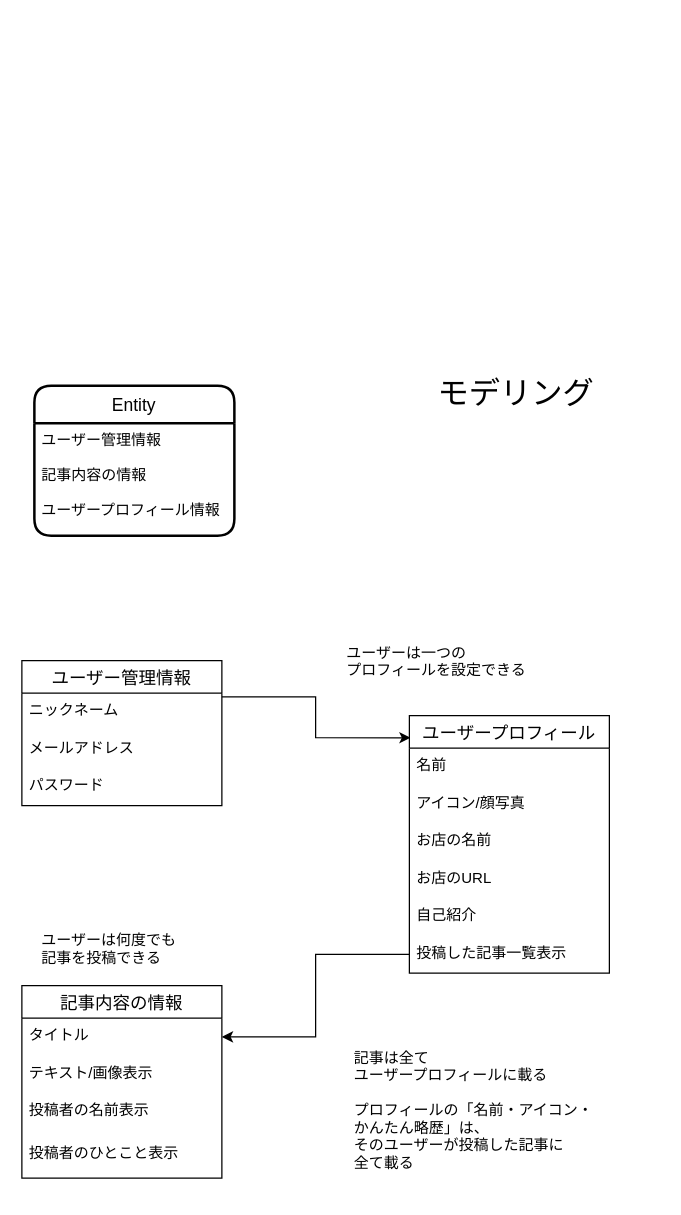
Above: youme_Modeling.dio in yait-ucess/YouMe (draw.io), before the change. Source tidied: cells renumbered, new cells numbered last; positions are measured from the earlier drawing's top-left corner, leaving out a move shared by most shapes. Both pictures are drawn from the tidied source at 125%, with x=0, y=0 at pixel (21, 372).
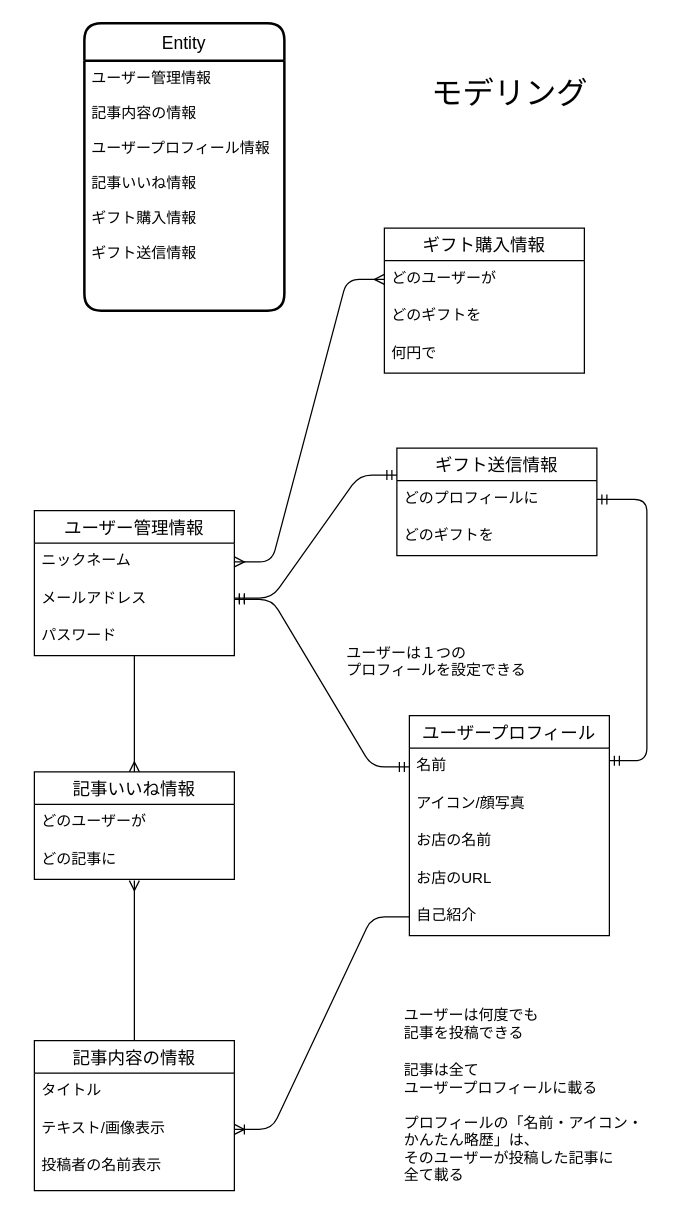
After the change.

The change refers to these unchanged cells:
```xml
<mxCell id="6" value="ニックネーム&#10;" style="text;strokeColor=none;fillColor=none;spacingLeft=4;spacingRight=4;overflow=hidden;points=[[0,0.5],[1,0.5]];portConstraint=eastwest;fontSize=12;" parent="5" vertex="1">
  <mxGeometry y="26" width="160" height="30" as="geometry" />
</mxCell>
<mxCell id="7" value="メールアドレス" style="text;strokeColor=none;fillColor=none;spacingLeft=4;spacingRight=4;overflow=hidden;points=[[0,0.5],[1,0.5]];portConstraint=eastwest;fontSize=12;" parent="5" vertex="1">
  <mxGeometry y="56" width="160" height="30" as="geometry" />
</mxCell>
<mxCell id="10" value="タイトル&#10;&#10;&#10;" style="text;strokeColor=none;fillColor=none;spacingLeft=4;spacingRight=4;overflow=hidden;points=[[0,0.5],[1,0.5]];portConstraint=eastwest;fontSize=12;" parent="9" vertex="1">
  <mxGeometry y="26" width="160" height="30" as="geometry" />
</mxCell>
<mxCell id="11" value="テキスト/画像表示" style="text;strokeColor=none;fillColor=none;spacingLeft=4;spacingRight=4;overflow=hidden;points=[[0,0.5],[1,0.5]];portConstraint=eastwest;fontSize=12;" parent="9" vertex="1">
  <mxGeometry y="56" width="160" height="30" as="geometry" />
</mxCell>
<mxCell id="18" value="名前" style="text;strokeColor=none;fillColor=none;spacingLeft=4;spacingRight=4;overflow=hidden;points=[[0,0.5],[1,0.5]];portConstraint=eastwest;fontSize=12;" parent="17" vertex="1">
  <mxGeometry y="26" width="160" height="30" as="geometry" />
</mxCell>
<mxCell id="22" value="自己紹介" style="text;strokeColor=none;fillColor=none;spacingLeft=4;spacingRight=4;overflow=hidden;points=[[0,0.5],[1,0.5]];portConstraint=eastwest;fontSize=12;" parent="17" vertex="1">
  <mxGeometry y="146" width="160" height="30" as="geometry" />
</mxCell>
```

Diff of the diagram source:
```diff
@@
     <mxCell id="2" value="Entity" style="swimlane;horizontal=1;startSize=30;rounded=1;fontSize=14;fontStyle=0;strokeWidth=2;shadow=0;dashed=0;align=center;" parent="1" vertex="1">
-      <mxGeometry x="10" y="10" width="160" height="120" as="geometry" />
+      <mxGeometry x="50" y="-280" width="160" height="230" as="geometry" />
     </mxCell>
-    <mxCell id="3" value="ユーザー管理情報&#10;&#10;記事内容の情報&#10;&#10;ユーザープロフィール情報" style="align=left;strokeColor=none;fillColor=none;spacingLeft=4;fontSize=12;verticalAlign=top;" parent="2" vertex="1">
-      <mxGeometry y="30" width="160" height="90" as="geometry" />
+    <mxCell id="3" value="ユーザー管理情報&#10;&#10;記事内容の情報&#10;&#10;ユーザープロフィール情報&#10;&#10;記事いいね情報&#10;&#10;ギフト購入情報&#10;&#10;ギフト送信情報&#10;&#10;" style="align=left;strokeColor=none;fillColor=none;spacingLeft=4;fontSize=12;verticalAlign=top;" parent="2" vertex="1">
+      <mxGeometry y="30" width="160" height="200" as="geometry" />
     </mxCell>
-    <mxCell id="4" style="edgeStyle=orthogonalEdgeStyle;rounded=0;jettySize=auto;html=1;exitX=1;exitY=0.25;exitDx=0;exitDy=0;entryX=0.006;entryY=0.086;entryDx=0;entryDy=0;entryPerimeter=0;fontSize=12;" parent="1" edge="1" source="5" target="17">
-      <mxGeometry relative="1" as="geometry" />
-    </mxCell>
+    <mxCell id="26" style="edgeStyle=orthogonalEdgeStyle;rounded=0;jettySize=auto;html=1;entryX=0.5;entryY=0;entryDx=0;entryDy=0;endArrow=ERmany;endFill=0;" parent="1" edge="1" source="5" target="28">
+      <mxGeometry relative="1" as="geometry" />
+    </mxCell>
     <mxCell id="5" value="ユーザー管理情報" style="swimlane;fontStyle=0;horizontal=1;startSize=26;align=center;fontSize=14;" parent="1" vertex="1">
-      <mxGeometry y="230" width="160" height="116" as="geometry" />
+      <mxGeometry x="10" y="110" width="160" height="116" as="geometry" />
     </mxCell>
@@
+    <mxCell id="27" style="edgeStyle=orthogonalEdgeStyle;rounded=0;jettySize=auto;html=1;exitX=0.5;exitY=0;exitDx=0;exitDy=0;entryX=0.5;entryY=1.033;entryDx=0;entryDy=0;entryPerimeter=0;endArrow=ERmany;endFill=0;" parent="1" edge="1" source="9" target="30">
+      <mxGeometry relative="1" as="geometry" />
+    </mxCell>
     <mxCell id="9" value="記事内容の情報" style="swimlane;fontStyle=0;horizontal=1;startSize=26;align=center;fontSize=14;" parent="1" vertex="1">
-      <mxGeometry y="490" width="160" height="154" as="geometry" />
+      <mxGeometry x="10" y="534" width="160" height="120" as="geometry" />
     </mxCell>
@@
-    <mxCell id="13" value="投稿者のひとこと表示" style="text;strokeColor=none;fillColor=none;spacingLeft=4;spacingRight=4;overflow=hidden;fontSize=12;" parent="9" vertex="1">
-      <mxGeometry y="120" width="160" height="34" as="geometry" />
-    </mxCell>
     <mxCell id="14" value="&lt;font style=&quot;font-size: 25px&quot;&gt;モデリング&lt;/font&gt;" style="text;html=1;align=center;verticalAlign=middle;fontSize=18;" parent="1" vertex="1">
-      <mxGeometry x="325" width="140" height="30" as="geometry" />
+      <mxGeometry x="320" y="-240" width="140" height="30" as="geometry" />
     </mxCell>
     <mxCell id="15" value="ユーザーは何度でも&#10;記事を投稿できる" style="text;strokeColor=none;fillColor=none;spacingLeft=4;spacingRight=4;overflow=hidden;fontSize=12;" parent="1" vertex="1">
-      <mxGeometry x="10" y="440" width="160" height="34" as="geometry" />
+      <mxGeometry x="300" y="500" width="160" height="34" as="geometry" />
     </mxCell>
-    <mxCell id="16" value="ユーザーは一つの&#10;プロフィールを設定できる" style="text;strokeColor=none;fillColor=none;spacingLeft=4;spacingRight=4;overflow=hidden;fontSize=12;" parent="1" vertex="1">
+    <mxCell id="16" value="ユーザーは１つの&#10;プロフィールを設定できる" style="text;strokeColor=none;fillColor=none;spacingLeft=4;spacingRight=4;overflow=hidden;fontSize=12;" parent="1" vertex="1">
       <mxGeometry x="254" y="210" width="160" height="34" as="geometry" />
     </mxCell>
     <mxCell id="17" value="ユーザープロフィール" style="swimlane;fontStyle=0;horizontal=1;startSize=26;align=center;fontSize=14;" parent="1" vertex="1">
-      <mxGeometry x="310" y="274" width="160" height="206" as="geometry" />
+      <mxGeometry x="310" y="274" width="160" height="176" as="geometry" />
     </mxCell>
@@
-    <mxCell id="23" value="投稿した記事一覧表示" style="text;strokeColor=none;fillColor=none;spacingLeft=4;spacingRight=4;overflow=hidden;points=[[0,0.5],[1,0.5]];portConstraint=eastwest;fontSize=12;" parent="17" vertex="1">
-      <mxGeometry y="176" width="160" height="30" as="geometry" />
-    </mxCell>
     <mxCell id="24" value="記事は全て&#10;ユーザープロフィールに載る&#10;&#10;プロフィールの「名前・アイコン・&#10;かんたん略歴」は、&#10;そのユーザーが投稿した記事に&#10;全て載る" style="text;strokeColor=none;fillColor=none;spacingLeft=4;spacingRight=4;overflow=hidden;fontSize=12;" parent="1" vertex="1">
-      <mxGeometry x="260" y="534" width="210" height="110" as="geometry" />
+      <mxGeometry x="300" y="544" width="210" height="110" as="geometry" />
     </mxCell>
-    <mxCell id="25" style="edgeStyle=orthogonalEdgeStyle;rounded=0;jettySize=auto;html=1;exitX=0;exitY=0.5;exitDx=0;exitDy=0;entryX=1;entryY=0.5;entryDx=0;entryDy=0;" parent="1" edge="1" source="23" target="10">
-      <mxGeometry relative="1" as="geometry" />
-    </mxCell>
+    <mxCell id="28" value="記事いいね情報" style="swimlane;fontStyle=0;horizontal=1;startSize=26;align=center;fontSize=14;" parent="1" vertex="1">
+      <mxGeometry x="10" y="319" width="160" height="86" as="geometry" />
+    </mxCell>
+    <mxCell id="29" value="どのユーザーが" style="text;strokeColor=none;fillColor=none;spacingLeft=4;spacingRight=4;overflow=hidden;fontSize=12;" parent="28" vertex="1">
+      <mxGeometry y="26" width="160" height="30" as="geometry" />
+    </mxCell>
+    <mxCell id="30" value="どの記事に" style="text;strokeColor=none;fillColor=none;spacingLeft=4;spacingRight=4;overflow=hidden;points=[[0,0.5],[1,0.5]];portConstraint=eastwest;fontSize=12;" parent="28" vertex="1">
+      <mxGeometry y="56" width="160" height="30" as="geometry" />
+    </mxCell>
+    <mxCell id="31" style="edgeStyle=entityRelationEdgeStyle;fontSize=12;html=1;endArrow=ERmandOne;startArrow=ERmandOne;exitX=1;exitY=0.5;exitDx=0;exitDy=0;entryX=0;entryY=0.5;entryDx=0;entryDy=0;" parent="1" edge="1" source="7" target="18">
+      <mxGeometry relative="1" as="geometry" />
+    </mxCell>
+    <mxCell id="32" style="edgeStyle=entityRelationEdgeStyle;fontSize=12;html=1;endArrow=ERoneToMany;entryX=1;entryY=0.5;entryDx=0;entryDy=0;exitX=0;exitY=0.5;exitDx=0;exitDy=0;" parent="1" edge="1" source="22" target="11">
+      <mxGeometry relative="1" as="geometry" />
+    </mxCell>
+    <mxCell id="33" value="ギフト購入情報" style="swimlane;fontStyle=0;horizontal=1;startSize=26;align=center;fontSize=14;" parent="1" vertex="1">
+      <mxGeometry x="290" y="-116" width="160" height="116" as="geometry" />
+    </mxCell>
+    <mxCell id="34" value="どのユーザーが" style="text;strokeColor=none;fillColor=none;spacingLeft=4;spacingRight=4;overflow=hidden;points=[[0,0.5],[1,0.5]];portConstraint=eastwest;fontSize=12;" parent="33" vertex="1">
+      <mxGeometry y="26" width="160" height="30" as="geometry" />
+    </mxCell>
+    <mxCell id="35" value="どのギフトを" style="text;strokeColor=none;fillColor=none;spacingLeft=4;spacingRight=4;overflow=hidden;fontSize=12;" parent="33" vertex="1">
+      <mxGeometry y="56" width="160" height="30" as="geometry" />
+    </mxCell>
+    <mxCell id="36" value="何円で" style="text;strokeColor=none;fillColor=none;spacingLeft=4;spacingRight=4;overflow=hidden;fontSize=12;" parent="33" vertex="1">
+      <mxGeometry y="86" width="160" height="30" as="geometry" />
+    </mxCell>
+    <mxCell id="37" value="ギフト送信情報" style="swimlane;fontStyle=0;horizontal=1;startSize=26;align=center;fontSize=14;" parent="1" vertex="1">
+      <mxGeometry x="300" y="60" width="160" height="86" as="geometry" />
+    </mxCell>
+    <mxCell id="38" value="どのプロフィールに" style="text;strokeColor=none;fillColor=none;spacingLeft=4;spacingRight=4;overflow=hidden;points=[[0,0.5],[1,0.5]];portConstraint=eastwest;fontSize=12;" parent="37" vertex="1">
+      <mxGeometry y="26" width="160" height="30" as="geometry" />
+    </mxCell>
+    <mxCell id="39" value="どのギフトを" style="text;strokeColor=none;fillColor=none;spacingLeft=4;spacingRight=4;overflow=hidden;fontSize=12;" parent="37" vertex="1">
+      <mxGeometry y="56" width="160" height="30" as="geometry" />
+    </mxCell>
+    <mxCell id="40" style="edgeStyle=entityRelationEdgeStyle;fontSize=12;html=1;endArrow=ERmany;startArrow=ERmany;exitX=1;exitY=0.5;exitDx=0;exitDy=0;entryX=0;entryY=0.5;entryDx=0;entryDy=0;" parent="1" edge="1" source="6" target="34">
+      <mxGeometry relative="1" as="geometry" />
+    </mxCell>
+    <mxCell id="41" style="edgeStyle=entityRelationEdgeStyle;fontSize=12;html=1;endArrow=ERmandOne;startArrow=ERmandOne;entryX=1;entryY=0.5;entryDx=0;entryDy=0;" parent="1" edge="1" target="38">
+      <mxGeometry relative="1" as="geometry">
+        <mxPoint x="470" y="310" as="sourcePoint" />
+      </mxGeometry>
+    </mxCell>
+    <mxCell id="42" style="edgeStyle=entityRelationEdgeStyle;fontSize=12;html=1;endArrow=ERmandOne;startArrow=ERmandOne;entryX=0;entryY=0.25;entryDx=0;entryDy=0;" parent="1" edge="1" target="37">
+      <mxGeometry relative="1" as="geometry">
+        <mxPoint x="170" y="180" as="sourcePoint" />
+      </mxGeometry>
+    </mxCell>
```
